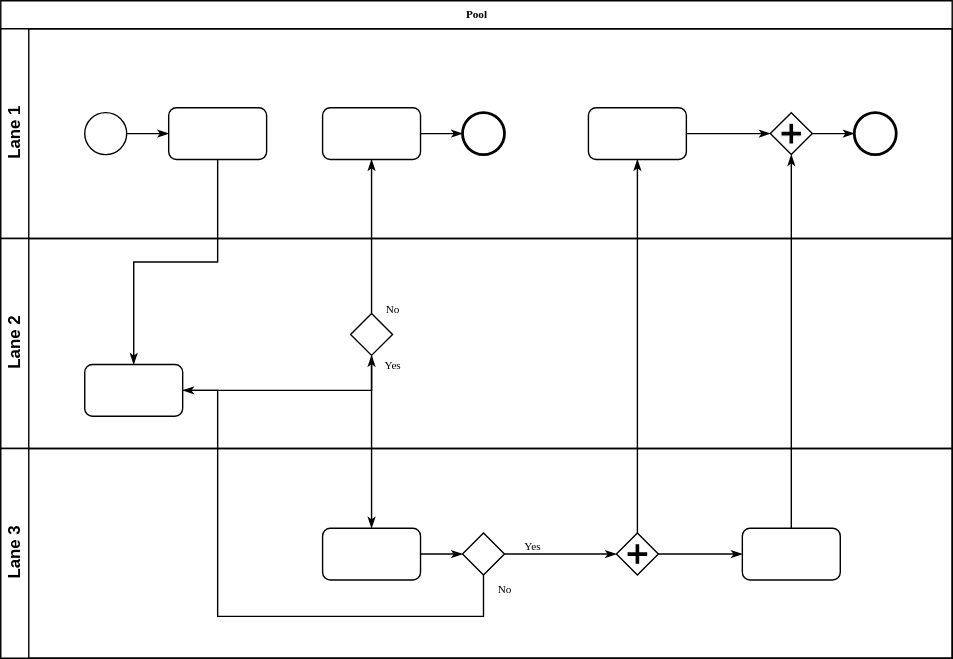
nancymiduo/nancymiduo keeps this draw.io diagram as SoD.svg. Above is the earlier version. Source tidied: cells renumbered, new cells last; positions are measured from the earlier drawing's top-left corner, leaving out a move shared by most shapes.
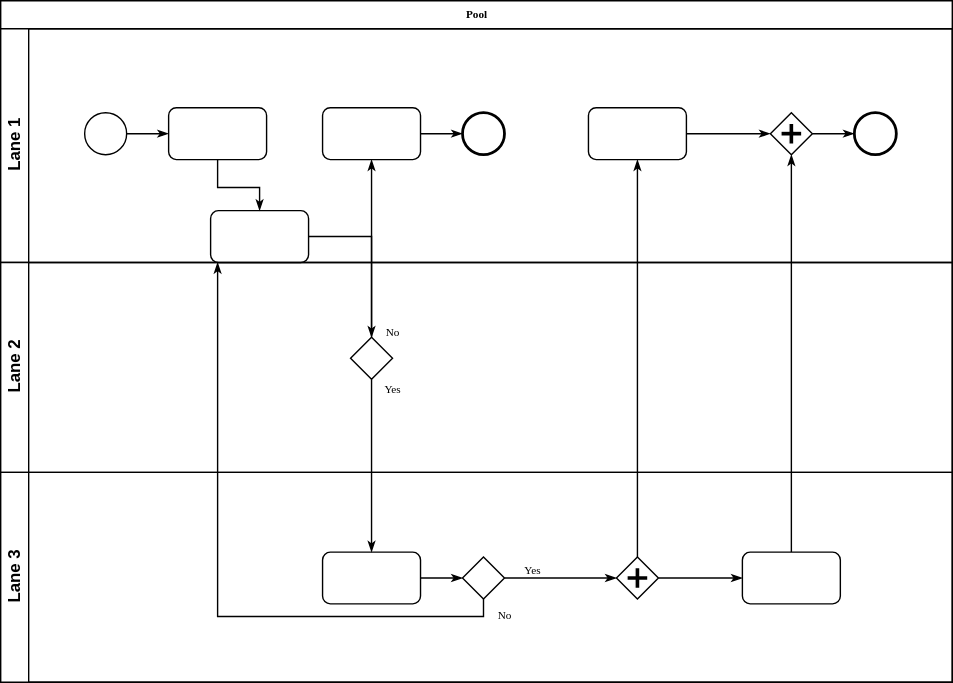
Above is the later version.

Diff of the diagram source:
```diff
@@ -3,10 +3,10 @@
     <mxCell id="0" />
     <mxCell id="1" parent="0" />
     <mxCell id="2" value="Pool" style="swimlane;html=1;horizontal=1;startSize=20;rounded=0;shadow=0;labelBackgroundColor=none;strokeWidth=1;fontFamily=Verdana;fontSize=8;align=center;" parent="1" vertex="1">
-      <mxGeometry width="680" height="470" as="geometry" />
+      <mxGeometry width="680" height="487" as="geometry" />
     </mxCell>
     <mxCell id="3" value="Lane 1" style="swimlane;html=1;startSize=20;horizontal=0;" parent="2" vertex="1">
-      <mxGeometry y="20" width="680" height="150" as="geometry" />
+      <mxGeometry y="20" width="680" height="167" as="geometry" />
     </mxCell>
     <mxCell id="4" style="edgeStyle=orthogonalEdgeStyle;rounded=0;html=1;labelBackgroundColor=none;startArrow=none;startFill=0;startSize=5;endArrow=classicThin;endFill=1;endSize=5;jettySize=auto;strokeWidth=1;fontFamily=Verdana;fontSize=8;" parent="3" edge="1" source="5" target="6">
       <mxGeometry relative="1" as="geometry" />
@@ -41,20 +41,20 @@
     <mxCell id="14" style="ellipse;whiteSpace=wrap;html=1;rounded=0;shadow=0;labelBackgroundColor=none;strokeWidth=2;fontFamily=Verdana;fontSize=8;align=center;" parent="3" vertex="1">
       <mxGeometry x="610" y="60" width="30" height="30" as="geometry" />
     </mxCell>
+    <mxCell id="17" style="rounded=1;whiteSpace=wrap;html=1;shadow=0;labelBackgroundColor=none;strokeWidth=1;fontFamily=Verdana;fontSize=8;align=center;" parent="3" vertex="1">
+      <mxGeometry x="150" y="130" width="70" height="37" as="geometry" />
+    </mxCell>
+    <mxCell id="27" style="edgeStyle=orthogonalEdgeStyle;rounded=0;html=1;labelBackgroundColor=none;startArrow=none;startFill=0;startSize=5;endArrow=classicThin;endFill=1;endSize=5;jettySize=auto;strokeWidth=1;fontFamily=Verdana;fontSize=8;" parent="3" edge="1" source="6" target="17">
+      <mxGeometry relative="1" as="geometry" />
+    </mxCell>
     <mxCell id="15" value="Lane 2" style="swimlane;html=1;startSize=20;horizontal=0;" parent="2" vertex="1">
-      <mxGeometry y="170" width="680" height="150" as="geometry" />
+      <mxGeometry y="187" width="680" height="150" as="geometry" />
     </mxCell>
-    <mxCell id="16" style="edgeStyle=orthogonalEdgeStyle;rounded=0;html=1;labelBackgroundColor=none;startArrow=none;startFill=0;startSize=5;endArrow=classicThin;endFill=1;endSize=5;jettySize=auto;strokeWidth=1;fontFamily=Verdana;fontSize=8;" parent="15" edge="1" source="17" target="18">
-      <mxGeometry relative="1" as="geometry" />
-    </mxCell>
-    <mxCell id="17" style="rounded=1;whiteSpace=wrap;html=1;shadow=0;labelBackgroundColor=none;strokeWidth=1;fontFamily=Verdana;fontSize=8;align=center;" parent="15" vertex="1">
-      <mxGeometry x="60" y="90" width="70" height="37" as="geometry" />
-    </mxCell>
     <mxCell id="18" style="strokeWidth=1;html=1;shape=mxgraph.flowchart.decision;whiteSpace=wrap;rounded=1;shadow=0;labelBackgroundColor=none;fontFamily=Verdana;fontSize=8;align=center;" parent="15" vertex="1">
       <mxGeometry x="250" y="53.5" width="30" height="30" as="geometry" />
     </mxCell>
     <mxCell id="19" value="Lane 3" style="swimlane;html=1;startSize=20;horizontal=0;" parent="2" vertex="1">
-      <mxGeometry y="320" width="680" height="150" as="geometry" />
+      <mxGeometry y="337" width="680" height="150" as="geometry" />
     </mxCell>
     <mxCell id="20" style="edgeStyle=orthogonalEdgeStyle;rounded=0;html=1;labelBackgroundColor=none;startArrow=none;startFill=0;startSize=5;endArrow=classicThin;endFill=1;endSize=5;jettySize=auto;strokeWidth=1;fontFamily=Verdana;fontSize=8;" parent="19" edge="1" source="21" target="23">
       <mxGeometry relative="1" as="geometry" />
@@ -77,9 +77,6 @@
     <mxCell id="26" style="rounded=1;whiteSpace=wrap;html=1;shadow=0;labelBackgroundColor=none;strokeWidth=1;fontFamily=Verdana;fontSize=8;align=center;" parent="19" vertex="1">
       <mxGeometry x="530" y="57" width="70" height="37" as="geometry" />
     </mxCell>
-    <mxCell id="27" style="edgeStyle=orthogonalEdgeStyle;rounded=0;html=1;labelBackgroundColor=none;startArrow=none;startFill=0;startSize=5;endArrow=classicThin;endFill=1;endSize=5;jettySize=auto;strokeWidth=1;fontFamily=Verdana;fontSize=8;" parent="2" edge="1" source="6" target="17">
-      <mxGeometry relative="1" as="geometry" />
-    </mxCell>
     <mxCell id="28" value="No" style="edgeStyle=orthogonalEdgeStyle;rounded=0;html=1;labelBackgroundColor=none;startArrow=none;startFill=0;startSize=5;endArrow=classicThin;endFill=1;endSize=5;jettySize=auto;strokeWidth=1;fontFamily=Verdana;fontSize=8;" parent="2" edge="1" source="18" target="8">
       <mxGeometry x="-0.94" y="-15" relative="1" as="geometry" />
     </mxCell>
@@ -100,5 +97,8 @@
     <mxCell id="32" style="edgeStyle=orthogonalEdgeStyle;rounded=0;html=1;labelBackgroundColor=none;startArrow=none;startFill=0;startSize=5;endArrow=classicThin;endFill=1;endSize=5;jettySize=auto;strokeWidth=1;fontFamily=Verdana;fontSize=8;" parent="2" edge="1" source="25" target="11">
       <mxGeometry relative="1" as="geometry" />
     </mxCell>
+    <mxCell id="16" style="edgeStyle=orthogonalEdgeStyle;rounded=0;html=1;labelBackgroundColor=none;startArrow=none;startFill=0;startSize=5;endArrow=classicThin;endFill=1;endSize=5;jettySize=auto;strokeWidth=1;fontFamily=Verdana;fontSize=8;" parent="2" edge="1" source="17" target="18">
+      <mxGeometry relative="1" as="geometry" />
+    </mxCell>
   </root>
 </mxGraphModel>
```
